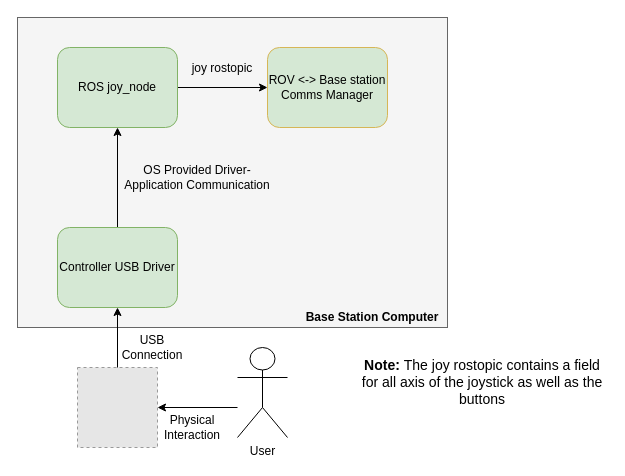
Before: docs/architecture/UserInputCollection.drawio in sherrardTr4129/RIT-MSD-Finger-Lakes-ROV, a draw.io diagram. Source tidied: cells renumbered, new cells numbered last; positions are measured from the earlier drawing's top-left corner, leaving out a move shared by most shapes. Both pictures are drawn from the tidied source at 100%, with x=0, y=0 at pixel (17, 17). Pictures stored in the file or linked from it are replaced by grey dashed boxes.
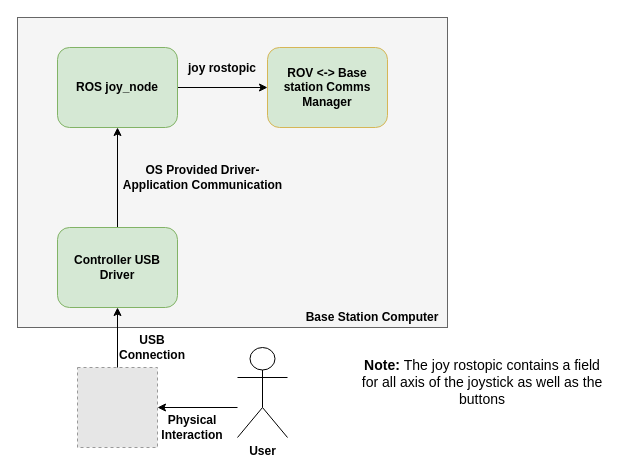
After the change.

What changed in the source:
```diff
@@
 <mxGraphModel>
   <root>
     <mxCell id="0" />
     <mxCell id="1" parent="0" />
     <mxCell id="2" style="rounded=0;whiteSpace=wrap;html=1;fillColor=#f5f5f5;strokeColor=#666666;fontColor=#333333;" parent="1" vertex="1">
       <mxGeometry width="430" height="310" as="geometry" />
     </mxCell>
-    <mxCell id="3" value="User" style="shape=umlActor;verticalLabelPosition=bottom;labelBackgroundColor=#ffffff;verticalAlign=top;html=1;" parent="1" vertex="1">
+    <mxCell id="3" value="User" style="shape=umlActor;verticalLabelPosition=bottom;labelBackgroundColor=#ffffff;verticalAlign=top;html=1;fontStyle=1;" parent="1" vertex="1">
       <mxGeometry x="220" y="330" width="50" height="90" as="geometry" />
     </mxCell>
     <mxCell id="4" style="fillColor=#E6E6E6;strokeColor=#999999;dashed=1;html=1;verticalAlign=top;verticalLabelPosition=bottom;labelBackgroundColor=#ffffff;" parent="1" vertex="1">
       <mxGeometry x="60" y="350" width="80" height="80" as="geometry" />
     </mxCell>
     <mxCell id="5" style="endArrow=classic;html=1;entryX=1;entryY=0.5;entryDx=0;entryDy=0;" parent="1" edge="1" target="4">
       <mxGeometry relative="1" as="geometry">
         <mxPoint x="220" y="390" as="sourcePoint" />
       </mxGeometry>
     </mxCell>
     <mxCell id="6" style="edgeStyle=orthogonalEdgeStyle;rounded=0;jettySize=auto;html=1;exitX=0.5;exitY=0;exitDx=0;exitDy=0;entryX=0.5;entryY=1;entryDx=0;entryDy=0;" parent="1" edge="1" source="7" target="10">
       <mxGeometry relative="1" as="geometry" />
     </mxCell>
-    <mxCell id="7" value="Controller USB Driver" style="rounded=1;whiteSpace=wrap;html=1;fillColor=#d5e8d4;strokeColor=#82b366;" parent="1" vertex="1">
+    <mxCell id="7" value="Controller USB Driver" style="rounded=1;whiteSpace=wrap;html=1;fillColor=#d5e8d4;strokeColor=#82b366;fontStyle=1;" parent="1" vertex="1">
       <mxGeometry x="40" y="210" width="120" height="80" as="geometry" />
     </mxCell>
     <mxCell id="8" style="edgeStyle=orthogonalEdgeStyle;rounded=0;jettySize=auto;html=1;exitX=0.5;exitY=0;exitDx=0;exitDy=0;entryX=0.5;entryY=1;entryDx=0;entryDy=0;" parent="1" edge="1" source="4" target="7">
       <mxGeometry relative="1" as="geometry" />
     </mxCell>
     <mxCell id="9" style="edgeStyle=orthogonalEdgeStyle;rounded=0;jettySize=auto;html=1;exitX=1;exitY=0.5;exitDx=0;exitDy=0;entryX=0;entryY=0.5;entryDx=0;entryDy=0;" parent="1" edge="1" source="10" target="11">
       <mxGeometry relative="1" as="geometry" />
     </mxCell>
-    <mxCell id="10" value="ROS joy_node" style="rounded=1;whiteSpace=wrap;html=1;fillColor=#d5e8d4;strokeColor=#82b366;" parent="1" vertex="1">
+    <mxCell id="10" value="ROS joy_node" style="rounded=1;whiteSpace=wrap;html=1;fillColor=#d5e8d4;strokeColor=#82b366;fontStyle=1;" parent="1" vertex="1">
       <mxGeometry x="40" y="30" width="120" height="80" as="geometry" />
     </mxCell>
-    <mxCell id="11" value="ROV &amp;lt;-&amp;gt; Base station Comms Manager" style="rounded=1;whiteSpace=wrap;html=1;fillColor=#D5E8D4;strokeColor=#d6b656;" parent="1" vertex="1">
+    <mxCell id="11" value="ROV &amp;lt;-&amp;gt; Base station Comms Manager" style="rounded=1;whiteSpace=wrap;html=1;fillColor=#D5E8D4;strokeColor=#d6b656;fontStyle=1;" parent="1" vertex="1">
       <mxGeometry x="250" y="30" width="120" height="80" as="geometry" />
     </mxCell>
-    <mxCell id="12" value="joy rostopic" style="text;html=1;strokeColor=none;fillColor=none;align=center;verticalAlign=middle;whiteSpace=wrap;rounded=0;" parent="1" vertex="1">
+    <mxCell id="12" value="joy rostopic" style="text;html=1;strokeColor=none;fillColor=none;align=center;verticalAlign=middle;whiteSpace=wrap;rounded=0;fontStyle=1;" parent="1" vertex="1">
       <mxGeometry x="155" y="41" width="100" height="20" as="geometry" />
     </mxCell>
-    <mxCell id="13" value="OS Provided Driver-Application Communication&lt;br&gt;" style="text;html=1;strokeColor=none;fillColor=none;align=center;verticalAlign=middle;whiteSpace=wrap;rounded=0;" parent="1" vertex="1">
-      <mxGeometry x="99.5" y="150" width="160" height="20" as="geometry" />
+    <mxCell id="13" value="OS Provided Driver-Application Communication&lt;br&gt;" style="text;html=1;strokeColor=none;fillColor=none;align=center;verticalAlign=middle;whiteSpace=wrap;rounded=0;fontStyle=1;" parent="1" vertex="1">
+      <mxGeometry x="100" y="150" width="171" height="20" as="geometry" />
     </mxCell>
     <mxCell id="14" value="Base Station Computer" style="text;html=1;strokeColor=none;fillColor=none;align=center;verticalAlign=middle;whiteSpace=wrap;rounded=0;fontStyle=1;" parent="1" vertex="1">
       <mxGeometry x="270" y="290" width="170" height="20" as="geometry" />
     </mxCell>
     <mxCell id="15" value="&lt;b style=&quot;font-size: 14px;&quot;&gt;Note: &lt;/b&gt;The joy rostopic contains a field for all axis of the joystick as well as the buttons" style="text;html=1;strokeColor=none;fillColor=none;align=center;verticalAlign=middle;whiteSpace=wrap;rounded=0;fontSize=14;" parent="1" vertex="1">
       <mxGeometry x="340" y="330" width="250" height="70" as="geometry" />
     </mxCell>
-    <mxCell id="16" value="USB Connection" style="text;html=1;strokeColor=none;fillColor=none;align=center;verticalAlign=middle;whiteSpace=wrap;rounded=0;" parent="1" vertex="1">
+    <mxCell id="16" value="USB Connection" style="text;html=1;strokeColor=none;fillColor=none;align=center;verticalAlign=middle;whiteSpace=wrap;rounded=0;fontStyle=1;" parent="1" vertex="1">
       <mxGeometry x="115" y="320" width="40" height="20" as="geometry" />
     </mxCell>
-    <mxCell id="17" value="Physical Interaction" style="text;html=1;strokeColor=none;fillColor=none;align=center;verticalAlign=middle;whiteSpace=wrap;rounded=0;" parent="1" vertex="1">
+    <mxCell id="17" value="Physical Interaction" style="text;html=1;strokeColor=none;fillColor=none;align=center;verticalAlign=middle;whiteSpace=wrap;rounded=0;fontStyle=1;" parent="1" vertex="1">
       <mxGeometry x="155" y="400" width="40" height="20" as="geometry" />
     </mxCell>
   </root>
 </mxGraphModel>
```
